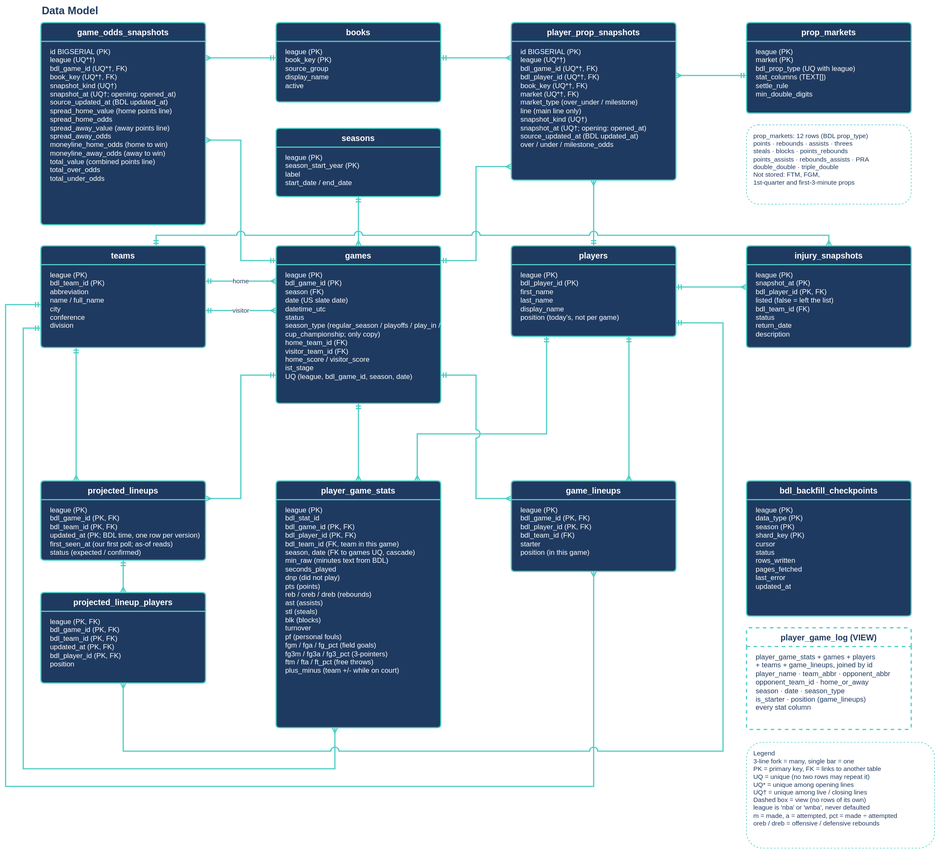
eason034056/nba-player-stats-analysis keeps this draw.io diagram as docs/decisions/SPO-138/data-model-er.drawio.svg. Above is the earlier version. Source tidied: cells renumbered, new cells last; positions are measured from the earlier drawing's top-left corner, leaving out a move shared by most shapes.
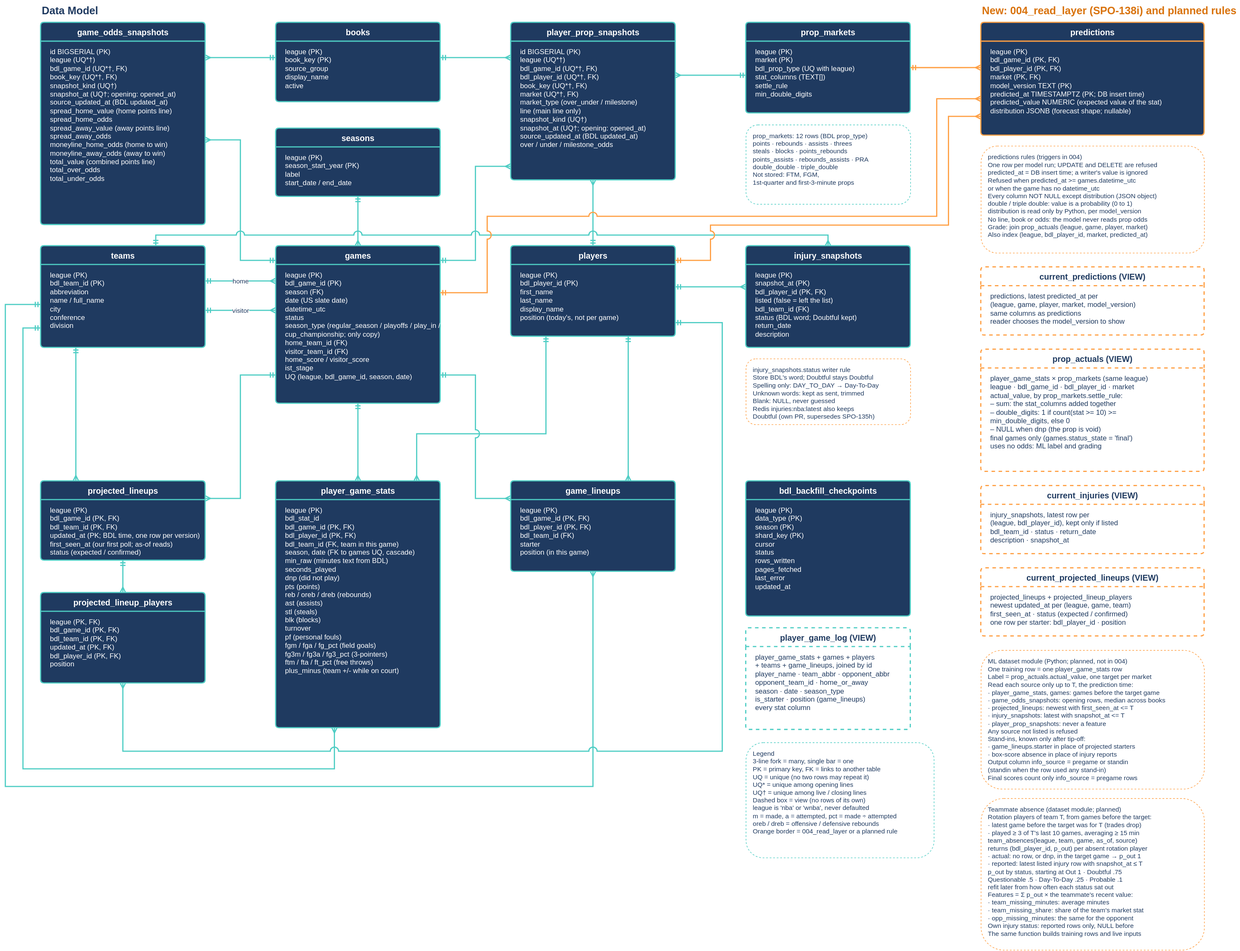
Later version of the same file.

Commit message:
SPO-138i: predictions table and read views (004_read_layer) (#98)

What changed in the source:
```diff
@@ -59,7 +59,7 @@
     <mxCell id="20" value="injury_snapshots" style="swimlane;fontStyle=1;startSize=32;horizontal=1;rounded=1;arcSize=6;fillColor=#1f3a60;swimlaneFillColor=#1f3a60;strokeColor=#4ecdc4;strokeWidth=2;fontColor=#ffffff;fontSize=14;" parent="1" vertex="1">
       <mxGeometry x="1260" y="418" width="280" height="173" as="geometry" />
     </mxCell>
-    <mxCell id="21" value="league (PK)&#10;snapshot_at (PK)&#10;bdl_player_id (PK, FK)&#10;listed (false = left the list)&#10;bdl_team_id (FK)&#10;status&#10;return_date&#10;description" style="text;align=left;verticalAlign=top;spacingLeft=14;spacingTop=4;fontColor=#ffffff;fontSize=12;whiteSpace=wrap;" parent="20" vertex="1">
+    <mxCell id="21" value="league (PK)&#10;snapshot_at (PK)&#10;bdl_player_id (PK, FK)&#10;listed (false = left the list)&#10;bdl_team_id (FK)&#10;status (BDL word; Doubtful kept)&#10;return_date&#10;description" style="text;align=left;verticalAlign=top;spacingLeft=14;spacingTop=4;fontColor=#ffffff;fontSize=12;whiteSpace=wrap;" parent="20" vertex="1">
       <mxGeometry y="32" width="280" height="141" as="geometry" />
     </mxCell>
     <mxCell id="22" value="projected_lineups" style="swimlane;fontStyle=1;startSize=32;horizontal=1;rounded=1;arcSize=6;fillColor=#1f3a60;swimlaneFillColor=#1f3a60;strokeColor=#4ecdc4;strokeWidth=2;fontColor=#ffffff;fontSize=14;" parent="1" vertex="1">
@@ -177,8 +177,8 @@
     <mxCell id="47" value="prop_markets: 12 rows (BDL prop_type)&#10;points · rebounds · assists · threes&#10;steals · blocks · points_rebounds&#10;points_assists · rebounds_assists · PRA&#10;double_double · triple_double&#10;Not stored: FTM, FGM,&#10;1st-quarter and first-3-minute props" style="rounded=1;fillColor=#ffffff;strokeColor=#4ecdc4;dashed=1;fontColor=#1f3a60;fontSize=11;align=left;verticalAlign=top;spacingLeft=10;spacingTop=6;whiteSpace=wrap;" parent="1" vertex="1">
       <mxGeometry x="1260" y="212" width="280" height="135" as="geometry" />
     </mxCell>
-    <mxCell id="48" value="Legend&#10;3-line fork = many, single bar = one&#10;PK = primary key, FK = links to another table&#10;UQ = unique (no two rows may repeat it)&#10;UQ* = unique among opening lines&#10;UQ† = unique among live / closing lines&#10;Dashed box = view (no rows of its own)&#10;league is 'nba' or 'wnba', never defaulted&#10;m = made, a = attempted, pct = made ÷ attempted&#10;oreb / dreb = offensive / defensive rebounds" style="rounded=1;fillColor=#ffffff;strokeColor=#4ecdc4;dashed=1;fontColor=#1f3a60;fontSize=11;align=left;verticalAlign=top;spacingLeft=10;spacingTop=6;whiteSpace=wrap;" parent="1" vertex="1">
-      <mxGeometry x="1260" y="1263" width="320" height="180" as="geometry" />
+    <mxCell id="48" value="Legend&#10;3-line fork = many, single bar = one&#10;PK = primary key, FK = links to another table&#10;UQ = unique (no two rows may repeat it)&#10;UQ* = unique among opening lines&#10;UQ† = unique among live / closing lines&#10;Dashed box = view (no rows of its own)&#10;league is 'nba' or 'wnba', never defaulted&#10;m = made, a = attempted, pct = made ÷ attempted&#10;oreb / dreb = offensive / defensive rebounds&#10;Orange border = 004_read_layer or a planned rule" style="rounded=1;fillColor=#ffffff;strokeColor=#4ecdc4;dashed=1;fontColor=#1f3a60;fontSize=11;align=left;verticalAlign=top;spacingLeft=10;spacingTop=6;whiteSpace=wrap;" parent="1" vertex="1">
+      <mxGeometry x="1260" y="1263" width="320" height="196" as="geometry" />
     </mxCell>
     <mxCell id="49" value="projected_lineup_players" style="swimlane;fontStyle=1;startSize=32;horizontal=1;rounded=1;arcSize=6;fillColor=#1f3a60;swimlaneFillColor=#1f3a60;strokeColor=#4ecdc4;strokeWidth=2;fontColor=#ffffff;fontSize=14;" parent="1" vertex="1">
       <mxGeometry x="60" y="1008" width="280" height="154" as="geometry" />
@@ -212,5 +212,73 @@
         </Array>
       </mxGeometry>
     </mxCell>
+    <mxCell id="56" value="New: 004_read_layer (SPO-138i) and planned rules" style="text;fontColor=#d9730d;fontSize=18;fontStyle=1;align=left;" parent="1" vertex="1">
+      <mxGeometry x="1660" width="440" height="30" as="geometry" />
+    </mxCell>
+    <mxCell id="57" value="predictions" style="swimlane;fontStyle=1;startSize=32;horizontal=1;rounded=1;arcSize=6;fillColor=#1f3a60;swimlaneFillColor=#1f3a60;strokeColor=#ff9f43;strokeWidth=2;fontColor=#ffffff;fontSize=14;" parent="1" vertex="1">
+      <mxGeometry x="1660" y="38" width="380" height="192" as="geometry" />
+    </mxCell>
+    <mxCell id="58" value="league (PK)&#10;bdl_game_id (PK, FK)&#10;bdl_player_id (PK, FK)&#10;market (PK, FK)&#10;model_version TEXT (PK)&#10;predicted_at TIMESTAMPTZ (PK; DB insert time)&#10;predicted_value NUMERIC (expected value of the stat)&#10;distribution JSONB (forecast shape; nullable)" style="text;align=left;verticalAlign=top;spacingLeft=14;spacingTop=4;fontColor=#ffffff;fontSize=12;whiteSpace=wrap;" parent="57" vertex="1">
+      <mxGeometry y="32" width="380" height="160" as="geometry" />
+    </mxCell>
+    <mxCell id="59" value="predictions rules (triggers in 004)&#10;One row per model run; UPDATE and DELETE are refused&#10;predicted_at = DB insert time; a writer's value is ignored&#10;Refused when predicted_at &gt;= games.datetime_utc&#10;or when the game has no datetime_utc&#10;Every column NOT NULL except distribution (JSON object)&#10;double / triple double: value is a probability (0 to 1)&#10;distribution is read only by Python, per model_version&#10;No line, book or odds: the model never reads prop odds&#10;Grade: join prop_actuals (league, game, player, market)&#10;Also index (league, bdl_player_id, market, predicted_at)" style="rounded=1;fillColor=#ffffff;strokeColor=#ff9f43;dashed=1;fontColor=#1f3a60;fontSize=11;align=left;verticalAlign=top;spacingLeft=10;spacingTop=6;whiteSpace=wrap;" parent="1" vertex="1">
+      <mxGeometry x="1660" y="248" width="380" height="182" as="geometry" />
+    </mxCell>
+    <mxCell id="60" value="current_predictions (VIEW)" style="swimlane;fontStyle=1;startSize=32;horizontal=1;rounded=1;arcSize=6;fillColor=#ffffff;swimlaneFillColor=#ffffff;strokeColor=#ff9f43;strokeWidth=2;fontColor=#1f3a60;fontSize=14;dashed=1;" parent="1" vertex="1">
+      <mxGeometry x="1660" y="454" width="380" height="116" as="geometry" />
+    </mxCell>
+    <mxCell id="61" value="predictions, latest predicted_at per&#10;(league, game, player, market, model_version)&#10;same columns as predictions&#10;reader chooses the model_version to show" style="text;align=left;verticalAlign=top;spacingLeft=14;spacingTop=4;fontColor=#1f3a60;fontSize=12;whiteSpace=wrap;" parent="60" vertex="1">
+      <mxGeometry y="32" width="380" height="84" as="geometry" />
+    </mxCell>
+    <mxCell id="62" value="prop_actuals (VIEW)" style="swimlane;fontStyle=1;startSize=32;horizontal=1;rounded=1;arcSize=6;fillColor=#ffffff;swimlaneFillColor=#ffffff;strokeColor=#ff9f43;strokeWidth=2;fontColor=#1f3a60;fontSize=14;dashed=1;" parent="1" vertex="1">
+      <mxGeometry x="1660" y="594" width="380" height="208" as="geometry" />
+    </mxCell>
+    <mxCell id="63" value="player_game_stats × prop_markets (same league)&#10;league · bdl_game_id · bdl_player_id · market&#10;actual_value, by prop_markets.settle_rule:&#10;– sum: the stat_columns added together&#10;– double_digits: 1 if count(stat &gt;= 10) &gt;=&#10;min_double_digits, else 0&#10;– NULL when dnp (the prop is void)&#10;final games only (games.status_state = 'final')&#10;uses no odds: ML label and grading" style="text;align=left;verticalAlign=top;spacingLeft=14;spacingTop=4;fontColor=#1f3a60;fontSize=12;whiteSpace=wrap;" parent="62" vertex="1">
+      <mxGeometry y="32" width="380" height="176" as="geometry" />
+    </mxCell>
+    <mxCell id="64" value="current_injuries (VIEW)" style="swimlane;fontStyle=1;startSize=32;horizontal=1;rounded=1;arcSize=6;fillColor=#ffffff;swimlaneFillColor=#ffffff;strokeColor=#ff9f43;strokeWidth=2;fontColor=#1f3a60;fontSize=14;dashed=1;" parent="1" vertex="1">
+      <mxGeometry x="1660" y="826" width="380" height="116" as="geometry" />
+    </mxCell>
+    <mxCell id="65" value="injury_snapshots, latest row per&#10;(league, bdl_player_id), kept only if listed&#10;bdl_team_id · status · return_date&#10;description · snapshot_at" style="text;align=left;verticalAlign=top;spacingLeft=14;spacingTop=4;fontColor=#1f3a60;fontSize=12;whiteSpace=wrap;" parent="64" vertex="1">
+      <mxGeometry y="32" width="380" height="84" as="geometry" />
+    </mxCell>
+    <mxCell id="66" value="current_projected_lineups (VIEW)" style="swimlane;fontStyle=1;startSize=32;horizontal=1;rounded=1;arcSize=6;fillColor=#ffffff;swimlaneFillColor=#ffffff;strokeColor=#ff9f43;strokeWidth=2;fontColor=#1f3a60;fontSize=14;dashed=1;" parent="1" vertex="1">
+      <mxGeometry x="1660" y="966" width="380" height="116" as="geometry" />
+    </mxCell>
+    <mxCell id="67" value="projected_lineups + projected_lineup_players&#10;newest updated_at per (league, game, team)&#10;first_seen_at · status (expected / confirmed)&#10;one row per starter: bdl_player_id · position" style="text;align=left;verticalAlign=top;spacingLeft=14;spacingTop=4;fontColor=#1f3a60;fontSize=12;whiteSpace=wrap;" parent="66" vertex="1">
+      <mxGeometry y="32" width="380" height="84" as="geometry" />
+    </mxCell>
+    <mxCell id="68" value="ML dataset module (Python; planned, not in 004)&#10;One training row = one player_game_stats row&#10;Label = prop_actuals.actual_value, one target per market&#10;Read each source only up to T, the prediction time:&#10;· player_game_stats, games: games before the target game&#10;· game_odds_snapshots: opening rows, median across books&#10;· projected_lineups: newest with first_seen_at &lt;= T&#10;· injury_snapshots: latest with snapshot_at &lt;= T&#10;· player_prop_snapshots: never a feature&#10;Any source not listed is refused&#10;Stand-ins, known only after tip-off:&#10;· game_lineups.starter in place of projected starters&#10;· box-score absence in place of injury reports&#10;Output column info_source = pregame or standin&#10;(standin when the row used any stand-in)&#10;Final scores count only info_source = pregame rows" style="rounded=1;fillColor=#ffffff;strokeColor=#ff9f43;dashed=1;fontColor=#1f3a60;fontSize=11;align=left;verticalAlign=top;spacingLeft=10;spacingTop=6;whiteSpace=wrap;" parent="1" vertex="1">
+      <mxGeometry x="1660" y="1106" width="380" height="236" as="geometry" />
+    </mxCell>
+    <mxCell id="69" value="Teammate absence (dataset module; planned)&#10;Rotation players of team T, from games before the target:&#10;· latest game before the target was for T (trades drop)&#10;· played ≥ 3 of T's last 10 games, averaging ≥ 15 min&#10;team_absences(league, team, game, as_of, source)&#10;returns (bdl_player_id, p_out) per absent rotation player&#10;· actual: no row, or dnp, in the target game → p_out 1&#10;· reported: latest listed injury row with snapshot_at ≤ T&#10;p_out by status, starting at Out 1 · Doubtful .75&#10;Questionable .5 · Day-To-Day .25 · Probable .1&#10;refit later from how often each status sat out&#10;Features = Σ p_out × the teammate's recent value:&#10;· team_missing_minutes: average minutes&#10;· team_missing_share: share of the team's market stat&#10;· opp_missing_minutes: the same for the opponent&#10;Own injury status: reported rows only, NULL before&#10;The same function builds training rows and live inputs" style="rounded=1;fillColor=#ffffff;strokeColor=#ff9f43;dashed=1;fontColor=#1f3a60;fontSize=11;align=left;verticalAlign=top;spacingLeft=10;spacingTop=6;whiteSpace=wrap;" parent="1" vertex="1">
+      <mxGeometry x="1660" y="1358" width="380" height="258" as="geometry" />
+    </mxCell>
+    <mxCell id="70" value="injury_snapshots.status writer rule&#10;Store BDL's word; Doubtful stays Doubtful&#10;Spelling only: DAY_TO_DAY → Day-To-Day&#10;Unknown words: kept as sent, trimmed&#10;Blank: NULL, never guessed&#10;Redis injuries:nba:latest also keeps&#10;Doubtful (own PR, supersedes SPO-135h)" style="rounded=1;fillColor=#ffffff;strokeColor=#ff9f43;dashed=1;fontColor=#1f3a60;fontSize=11;align=left;verticalAlign=top;spacingLeft=10;spacingTop=6;whiteSpace=wrap;" parent="1" vertex="1">
+      <mxGeometry x="1260" y="610" width="280" height="112" as="geometry" />
+    </mxCell>
+    <mxCell id="71" style="edgeStyle=orthogonalEdgeStyle;rounded=0;html=1;startArrow=ERmany;endArrow=ERmandOne;startFill=0;endFill=0;strokeColor=#ff9f43;strokeWidth=2;jumpStyle=arc;jumpSize=12;fontColor=#1f3a60;fontSize=11;labelBackgroundColor=#ffffff;exitX=0.0;exitY=0.401;exitDx=0;exitDy=0;entryX=1.0;entryY=0.5;entryDx=0;entryDy=0;" parent="1" edge="1" source="57" target="8">
+      <mxGeometry relative="1" as="geometry" />
+    </mxCell>
+    <mxCell id="72" style="edgeStyle=orthogonalEdgeStyle;rounded=0;html=1;startArrow=ERmany;endArrow=ERmandOne;startFill=0;endFill=0;strokeColor=#ff9f43;strokeWidth=2;jumpStyle=arc;jumpSize=12;fontColor=#1f3a60;fontSize=11;labelBackgroundColor=#ffffff;exitX=0.0;exitY=0.6771;exitDx=0;exitDy=0;entryX=1.0;entryY=0.2985;entryDx=0;entryDy=0;" parent="1" edge="1" source="57" target="16">
+      <mxGeometry relative="1" as="geometry">
+        <Array as="points">
+          <mxPoint x="1585" y="168" />
+          <mxPoint x="1585" y="368" />
+          <mxPoint x="820" y="368" />
+          <mxPoint x="820" y="498" />
+        </Array>
+      </mxGeometry>
+    </mxCell>
+    <mxCell id="73" style="edgeStyle=orthogonalEdgeStyle;rounded=0;html=1;startArrow=ERmany;endArrow=ERmandOne;startFill=0;endFill=0;strokeColor=#ff9f43;strokeWidth=2;jumpStyle=arc;jumpSize=12;fontColor=#1f3a60;fontSize=11;labelBackgroundColor=#ffffff;exitX=0.0;exitY=0.8333;exitDx=0;exitDy=0;entryX=1.0;entryY=0.1623;entryDx=0;entryDy=0;" parent="1" edge="1" source="57" target="18">
+      <mxGeometry relative="1" as="geometry">
+        <Array as="points">
+          <mxPoint x="1605" y="198" />
+          <mxPoint x="1605" y="383" />
+          <mxPoint x="1200" y="383" />
+          <mxPoint x="1200" y="443" />
+        </Array>
+      </mxGeometry>
+    </mxCell>
   </root>
 </mxGraphModel>
```
